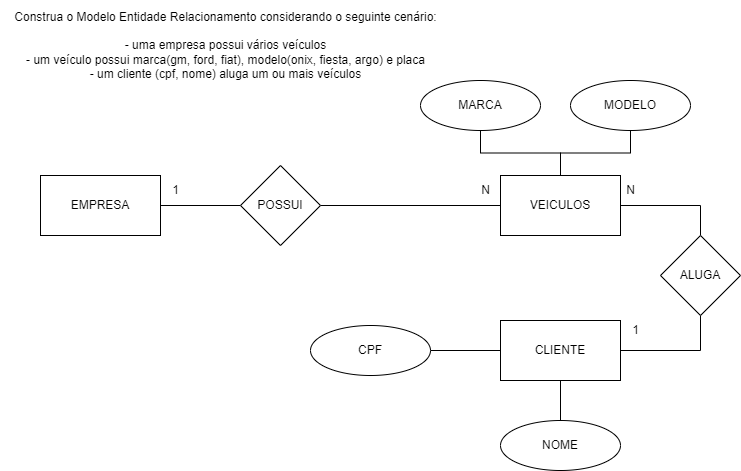
Earlier version of the draw.io export sprint-1/ex_MER/ex_1.2.png (guihenrique16/semestre_2). Source tidied: cells renumbered, new cells last; positions are measured from the earlier drawing's top-left corner, leaving out a move shared by most shapes. Its diagram source:
```xml
<mxGraphModel>
  <root>
    <mxCell id="0" />
    <mxCell id="1" parent="0" />
    <mxCell id="2" value="&lt;div&gt;Construa o Modelo Entidade Relacionamento considerando o seguinte cenário:&lt;/div&gt;&lt;div&gt;&lt;br&gt;&lt;/div&gt;&lt;div&gt;- uma empresa possui vários veículos&lt;/div&gt;&lt;div&gt;- um veículo possui marca(gm, ford, fiat), modelo(onix, fiesta, argo) e placa&lt;/div&gt;&lt;div&gt;- um cliente (cpf, nome) aluga um ou mais veículos&lt;/div&gt;" style="text;html=1;align=center;verticalAlign=middle;strokeColor=none;fillColor=none;" parent="1" vertex="1">
      <mxGeometry width="450" height="90" as="geometry" />
    </mxCell>
    <mxCell id="3" style="edgeStyle=orthogonalEdgeStyle;rounded=0;jettySize=auto;html=1;endArrow=none;endFill=0;" parent="1" edge="1" source="4" target="10">
      <mxGeometry relative="1" as="geometry" />
    </mxCell>
    <mxCell id="4" value="EMPRESA" style="rounded=0;whiteSpace=wrap;html=1;" parent="1" vertex="1">
      <mxGeometry x="40" y="175" width="120" height="60" as="geometry" />
    </mxCell>
    <mxCell id="5" style="edgeStyle=orthogonalEdgeStyle;rounded=0;jettySize=auto;html=1;endArrow=none;endFill=0;entryX=0.5;entryY=0;entryDx=0;entryDy=0;" parent="1" edge="1" source="8" target="12">
      <mxGeometry relative="1" as="geometry" />
    </mxCell>
    <mxCell id="6" style="edgeStyle=orthogonalEdgeStyle;rounded=0;jettySize=auto;html=1;endArrow=none;endFill=0;" parent="1" edge="1" source="8" target="22">
      <mxGeometry relative="1" as="geometry" />
    </mxCell>
    <mxCell id="7" style="edgeStyle=orthogonalEdgeStyle;rounded=0;jettySize=auto;html=1;endArrow=none;endFill=0;" parent="1" edge="1" source="8" target="23">
      <mxGeometry relative="1" as="geometry" />
    </mxCell>
    <mxCell id="8" value="VEICULOS" style="rounded=0;whiteSpace=wrap;html=1;" parent="1" vertex="1">
      <mxGeometry x="500" y="175" width="120" height="60" as="geometry" />
    </mxCell>
    <mxCell id="9" style="edgeStyle=orthogonalEdgeStyle;rounded=0;jettySize=auto;html=1;endArrow=none;endFill=0;" parent="1" edge="1" source="10" target="8">
      <mxGeometry relative="1" as="geometry" />
    </mxCell>
    <mxCell id="10" value="POSSUI" style="rhombus;whiteSpace=wrap;html=1;rounded=0;" parent="1" vertex="1">
      <mxGeometry x="240" y="165" width="80" height="80" as="geometry" />
    </mxCell>
    <mxCell id="11" style="edgeStyle=orthogonalEdgeStyle;rounded=0;jettySize=auto;html=1;endArrow=none;endFill=0;exitX=0.5;exitY=1;exitDx=0;exitDy=0;entryX=1;entryY=0.5;entryDx=0;entryDy=0;" parent="1" edge="1" source="12" target="15">
      <mxGeometry relative="1" as="geometry" />
    </mxCell>
    <mxCell id="12" value="ALUGA" style="rhombus;whiteSpace=wrap;html=1;rounded=0;" parent="1" vertex="1">
      <mxGeometry x="660" y="235" width="80" height="80" as="geometry" />
    </mxCell>
    <mxCell id="13" style="edgeStyle=orthogonalEdgeStyle;rounded=0;jettySize=auto;html=1;endArrow=none;endFill=0;" parent="1" edge="1" source="15" target="21">
      <mxGeometry relative="1" as="geometry" />
    </mxCell>
    <mxCell id="14" style="edgeStyle=orthogonalEdgeStyle;rounded=0;jettySize=auto;html=1;endArrow=none;endFill=0;" parent="1" edge="1" source="15" target="20">
      <mxGeometry relative="1" as="geometry" />
    </mxCell>
    <mxCell id="15" value="CLIENTE" style="whiteSpace=wrap;html=1;rounded=0;" parent="1" vertex="1">
      <mxGeometry x="500" y="320" width="120" height="60" as="geometry" />
    </mxCell>
    <mxCell id="16" value="1" style="text;html=1;align=center;verticalAlign=middle;strokeColor=none;fillColor=none;" parent="1" vertex="1">
      <mxGeometry x="620" y="315" width="30" height="30" as="geometry" />
    </mxCell>
    <mxCell id="17" value="N" style="text;html=1;align=center;verticalAlign=middle;strokeColor=none;fillColor=none;" parent="1" vertex="1">
      <mxGeometry x="615" y="175" width="30" height="30" as="geometry" />
    </mxCell>
    <mxCell id="18" value="1" style="text;html=1;align=center;verticalAlign=middle;strokeColor=none;fillColor=none;" parent="1" vertex="1">
      <mxGeometry x="160" y="175" width="30" height="30" as="geometry" />
    </mxCell>
    <mxCell id="19" value="N" style="text;html=1;align=center;verticalAlign=middle;strokeColor=none;fillColor=none;" parent="1" vertex="1">
      <mxGeometry x="470" y="175" width="30" height="30" as="geometry" />
    </mxCell>
    <mxCell id="20" value="CPF" style="ellipse;whiteSpace=wrap;html=1;" parent="1" vertex="1">
      <mxGeometry x="310" y="325" width="120" height="50" as="geometry" />
    </mxCell>
    <mxCell id="21" value="NOME" style="ellipse;whiteSpace=wrap;html=1;" parent="1" vertex="1">
      <mxGeometry x="500" y="420" width="120" height="50" as="geometry" />
    </mxCell>
    <mxCell id="22" value="MARCA" style="ellipse;whiteSpace=wrap;html=1;" parent="1" vertex="1">
      <mxGeometry x="420" y="80" width="120" height="50" as="geometry" />
    </mxCell>
    <mxCell id="23" value="MODELO" style="ellipse;whiteSpace=wrap;html=1;" parent="1" vertex="1">
      <mxGeometry x="570" y="80" width="120" height="50" as="geometry" />
    </mxCell>
  </root>
</mxGraphModel>
```
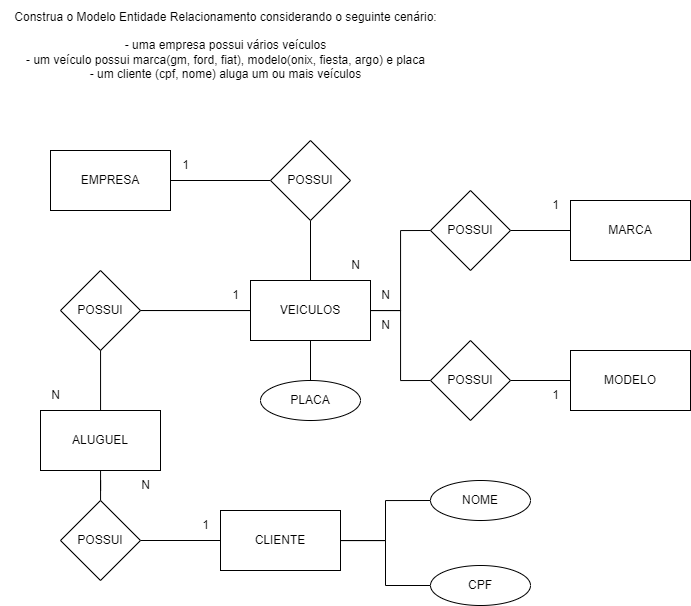
Later version of the same file.

Diff of the diagram source:
```diff
@@ -2,71 +2,119 @@
   <root>
     <mxCell id="0" />
     <mxCell id="1" parent="0" />
+    <mxCell id="24" style="edgeStyle=orthogonalEdgeStyle;rounded=0;jettySize=auto;html=1;endArrow=none;endFill=0;" parent="1" edge="1" source="4" target="26">
+      <mxGeometry relative="1" as="geometry" />
+    </mxCell>
+    <mxCell id="4" value="EMPRESA" style="rounded=0;whiteSpace=wrap;html=1;" parent="1" vertex="1">
+      <mxGeometry x="60" y="170" width="120" height="60" as="geometry" />
+    </mxCell>
     <mxCell id="2" value="&lt;div&gt;Construa o Modelo Entidade Relacionamento considerando o seguinte cenário:&lt;/div&gt;&lt;div&gt;&lt;br&gt;&lt;/div&gt;&lt;div&gt;- uma empresa possui vários veículos&lt;/div&gt;&lt;div&gt;- um veículo possui marca(gm, ford, fiat), modelo(onix, fiesta, argo) e placa&lt;/div&gt;&lt;div&gt;- um cliente (cpf, nome) aluga um ou mais veículos&lt;/div&gt;" style="text;html=1;align=center;verticalAlign=middle;strokeColor=none;fillColor=none;" parent="1" vertex="1">
-      <mxGeometry width="450" height="90" as="geometry" />
+      <mxGeometry x="10" y="20" width="450" height="90" as="geometry" />
     </mxCell>
-    <mxCell id="3" style="edgeStyle=orthogonalEdgeStyle;rounded=0;jettySize=auto;html=1;endArrow=none;endFill=0;" parent="1" edge="1" source="4" target="10">
-      <mxGeometry relative="1" as="geometry" />
-    </mxCell>
-    <mxCell id="4" value="EMPRESA" style="rounded=0;whiteSpace=wrap;html=1;" parent="1" vertex="1">
-      <mxGeometry x="40" y="175" width="120" height="60" as="geometry" />
-    </mxCell>
-    <mxCell id="5" style="edgeStyle=orthogonalEdgeStyle;rounded=0;jettySize=auto;html=1;endArrow=none;endFill=0;entryX=0.5;entryY=0;entryDx=0;entryDy=0;" parent="1" edge="1" source="8" target="12">
-      <mxGeometry relative="1" as="geometry" />
-    </mxCell>
-    <mxCell id="6" style="edgeStyle=orthogonalEdgeStyle;rounded=0;jettySize=auto;html=1;endArrow=none;endFill=0;" parent="1" edge="1" source="8" target="22">
-      <mxGeometry relative="1" as="geometry" />
-    </mxCell>
-    <mxCell id="7" style="edgeStyle=orthogonalEdgeStyle;rounded=0;jettySize=auto;html=1;endArrow=none;endFill=0;" parent="1" edge="1" source="8" target="23">
-      <mxGeometry relative="1" as="geometry" />
-    </mxCell>
+    <mxCell id="25" style="edgeStyle=orthogonalEdgeStyle;rounded=0;jettySize=auto;html=1;endArrow=none;endFill=0;" parent="1" edge="1" source="26" target="8">
+      <mxGeometry relative="1" as="geometry" />
+    </mxCell>
+    <mxCell id="26" value="POSSUI" style="rhombus;whiteSpace=wrap;html=1;rounded=0;" parent="1" vertex="1">
+      <mxGeometry x="280" y="160" width="80" height="80" as="geometry" />
+    </mxCell>
+    <mxCell id="27" style="edgeStyle=orthogonalEdgeStyle;rounded=0;jettySize=auto;html=1;endArrow=none;endFill=0;" parent="1" edge="1" source="8" target="34">
+      <mxGeometry relative="1" as="geometry" />
+    </mxCell>
+    <mxCell id="28" style="edgeStyle=orthogonalEdgeStyle;rounded=0;jettySize=auto;html=1;endArrow=none;endFill=0;" parent="1" edge="1" source="8" target="36">
+      <mxGeometry relative="1" as="geometry" />
+    </mxCell>
+    <mxCell id="29" style="edgeStyle=orthogonalEdgeStyle;rounded=0;jettySize=auto;html=1;endArrow=none;endFill=0;" parent="1" edge="1" source="8" target="37">
+      <mxGeometry relative="1" as="geometry" />
+    </mxCell>
+    <mxCell id="30" style="edgeStyle=orthogonalEdgeStyle;rounded=0;jettySize=auto;html=1;entryX=0;entryY=0.5;entryDx=0;entryDy=0;endArrow=none;endFill=0;" parent="1" edge="1" source="8" target="33">
+      <mxGeometry relative="1" as="geometry" />
+    </mxCell>
+    <mxCell id="31" style="edgeStyle=orthogonalEdgeStyle;rounded=0;jettySize=auto;html=1;entryX=0;entryY=0.5;entryDx=0;entryDy=0;endArrow=none;endFill=0;" parent="1" edge="1" source="8" target="50">
+      <mxGeometry relative="1" as="geometry" />
+    </mxCell>
-    <mxCell id="8" value="VEICULOS" style="rounded=0;whiteSpace=wrap;html=1;" parent="1" vertex="1">
-      <mxGeometry x="500" y="175" width="120" height="60" as="geometry" />
+    <mxCell id="8" value="VEICULOS" style="whiteSpace=wrap;html=1;rounded=0;" parent="1" vertex="1">
+      <mxGeometry x="260" y="300" width="120" height="60" as="geometry" />
     </mxCell>
-    <mxCell id="9" style="edgeStyle=orthogonalEdgeStyle;rounded=0;jettySize=auto;html=1;endArrow=none;endFill=0;" parent="1" edge="1" source="10" target="8">
-      <mxGeometry relative="1" as="geometry" />
-    </mxCell>
-    <mxCell id="10" value="POSSUI" style="rhombus;whiteSpace=wrap;html=1;rounded=0;" parent="1" vertex="1">
-      <mxGeometry x="240" y="165" width="80" height="80" as="geometry" />
-    </mxCell>
-    <mxCell id="11" style="edgeStyle=orthogonalEdgeStyle;rounded=0;jettySize=auto;html=1;endArrow=none;endFill=0;exitX=0.5;exitY=1;exitDx=0;exitDy=0;entryX=1;entryY=0.5;entryDx=0;entryDy=0;" parent="1" edge="1" source="12" target="15">
-      <mxGeometry relative="1" as="geometry" />
-    </mxCell>
-    <mxCell id="12" value="ALUGA" style="rhombus;whiteSpace=wrap;html=1;rounded=0;" parent="1" vertex="1">
-      <mxGeometry x="660" y="235" width="80" height="80" as="geometry" />
-    </mxCell>
+    <mxCell id="32" style="edgeStyle=orthogonalEdgeStyle;rounded=0;jettySize=auto;html=1;entryX=0;entryY=0.5;entryDx=0;entryDy=0;endArrow=none;endFill=0;" parent="1" edge="1" source="33" target="22">
+      <mxGeometry relative="1" as="geometry" />
+    </mxCell>
+    <mxCell id="33" value="POSSUI" style="rhombus;whiteSpace=wrap;html=1;rounded=0;" parent="1" vertex="1">
+      <mxGeometry x="440" y="210" width="80" height="80" as="geometry" />
+    </mxCell>
+    <mxCell id="22" value="MARCA" style="whiteSpace=wrap;html=1;rounded=0;" parent="1" vertex="1">
+      <mxGeometry x="580" y="220" width="120" height="60" as="geometry" />
+    </mxCell>
+    <mxCell id="23" value="MODELO" style="whiteSpace=wrap;html=1;rounded=0;" parent="1" vertex="1">
+      <mxGeometry x="580" y="370" width="120" height="60" as="geometry" />
+    </mxCell>
+    <mxCell id="34" value="PLACA" style="ellipse;whiteSpace=wrap;html=1;rounded=0;" parent="1" vertex="1">
+      <mxGeometry x="270" y="400" width="100" height="40" as="geometry" />
+    </mxCell>
-    <mxCell id="13" style="edgeStyle=orthogonalEdgeStyle;rounded=0;jettySize=auto;html=1;endArrow=none;endFill=0;" parent="1" edge="1" source="15" target="21">
+    <mxCell id="13" style="edgeStyle=orthogonalEdgeStyle;rounded=0;jettySize=auto;html=1;entryX=0;entryY=0.5;entryDx=0;entryDy=0;endArrow=none;endFill=0;" parent="1" edge="1" source="15" target="21">
       <mxGeometry relative="1" as="geometry" />
     </mxCell>
-    <mxCell id="14" style="edgeStyle=orthogonalEdgeStyle;rounded=0;jettySize=auto;html=1;endArrow=none;endFill=0;" parent="1" edge="1" source="15" target="20">
+    <mxCell id="14" style="edgeStyle=orthogonalEdgeStyle;rounded=0;jettySize=auto;html=1;entryX=0;entryY=0.5;entryDx=0;entryDy=0;endArrow=none;endFill=0;" parent="1" edge="1" source="15" target="20">
       <mxGeometry relative="1" as="geometry" />
     </mxCell>
-    <mxCell id="15" value="CLIENTE" style="whiteSpace=wrap;html=1;rounded=0;" parent="1" vertex="1">
-      <mxGeometry x="500" y="320" width="120" height="60" as="geometry" />
+    <mxCell id="15" value="CLIENTE" style="rounded=0;whiteSpace=wrap;html=1;" parent="1" vertex="1">
+      <mxGeometry x="230" y="530" width="120" height="60" as="geometry" />
     </mxCell>
-    <mxCell id="16" value="1" style="text;html=1;align=center;verticalAlign=middle;strokeColor=none;fillColor=none;" parent="1" vertex="1">
-      <mxGeometry x="620" y="315" width="30" height="30" as="geometry" />
-    </mxCell>
-    <mxCell id="17" value="N" style="text;html=1;align=center;verticalAlign=middle;strokeColor=none;fillColor=none;" parent="1" vertex="1">
-      <mxGeometry x="615" y="175" width="30" height="30" as="geometry" />
-    </mxCell>
-    <mxCell id="18" value="1" style="text;html=1;align=center;verticalAlign=middle;strokeColor=none;fillColor=none;" parent="1" vertex="1">
-      <mxGeometry x="160" y="175" width="30" height="30" as="geometry" />
-    </mxCell>
-    <mxCell id="19" value="N" style="text;html=1;align=center;verticalAlign=middle;strokeColor=none;fillColor=none;" parent="1" vertex="1">
-      <mxGeometry x="470" y="175" width="30" height="30" as="geometry" />
-    </mxCell>
+    <mxCell id="21" value="NOME" style="ellipse;whiteSpace=wrap;html=1;rounded=0;" parent="1" vertex="1">
+      <mxGeometry x="440" y="500" width="100" height="40" as="geometry" />
+    </mxCell>
-    <mxCell id="20" value="CPF" style="ellipse;whiteSpace=wrap;html=1;" parent="1" vertex="1">
-      <mxGeometry x="310" y="325" width="120" height="50" as="geometry" />
+    <mxCell id="20" value="CPF" style="ellipse;whiteSpace=wrap;html=1;rounded=0;" parent="1" vertex="1">
+      <mxGeometry x="440" y="585" width="100" height="40" as="geometry" />
     </mxCell>
-    <mxCell id="21" value="NOME" style="ellipse;whiteSpace=wrap;html=1;" parent="1" vertex="1">
-      <mxGeometry x="500" y="420" width="120" height="50" as="geometry" />
-    </mxCell>
-    <mxCell id="22" value="MARCA" style="ellipse;whiteSpace=wrap;html=1;" parent="1" vertex="1">
-      <mxGeometry x="420" y="80" width="120" height="50" as="geometry" />
-    </mxCell>
-    <mxCell id="23" value="MODELO" style="ellipse;whiteSpace=wrap;html=1;" parent="1" vertex="1">
-      <mxGeometry x="570" y="80" width="120" height="50" as="geometry" />
-    </mxCell>
+    <mxCell id="35" style="edgeStyle=orthogonalEdgeStyle;rounded=0;jettySize=auto;html=1;endArrow=none;endFill=0;" parent="1" edge="1" source="36" target="39">
+      <mxGeometry relative="1" as="geometry" />
+    </mxCell>
+    <mxCell id="36" value="ALUGUEL" style="rounded=0;whiteSpace=wrap;html=1;" parent="1" vertex="1">
+      <mxGeometry x="50" y="430" width="120" height="60" as="geometry" />
+    </mxCell>
+    <mxCell id="37" value="POSSUI" style="rhombus;whiteSpace=wrap;html=1;rounded=0;" parent="1" vertex="1">
+      <mxGeometry x="70" y="290" width="80" height="80" as="geometry" />
+    </mxCell>
+    <mxCell id="38" style="edgeStyle=orthogonalEdgeStyle;rounded=0;jettySize=auto;html=1;endArrow=none;endFill=0;" parent="1" edge="1" source="39" target="15">
+      <mxGeometry relative="1" as="geometry" />
+    </mxCell>
+    <mxCell id="39" value="POSSUI" style="rhombus;whiteSpace=wrap;html=1;rounded=0;" parent="1" vertex="1">
+      <mxGeometry x="70" y="520" width="80" height="80" as="geometry" />
+    </mxCell>
+    <mxCell id="40" value="1" style="text;html=1;align=center;verticalAlign=middle;strokeColor=none;fillColor=none;" parent="1" vertex="1">
+      <mxGeometry x="550" y="400" width="30" height="30" as="geometry" />
+    </mxCell>
+    <mxCell id="41" value="N" style="text;html=1;align=center;verticalAlign=middle;strokeColor=none;fillColor=none;" parent="1" vertex="1">
+      <mxGeometry x="350" y="270" width="30" height="30" as="geometry" />
+    </mxCell>
+    <mxCell id="42" value="N" style="text;html=1;align=center;verticalAlign=middle;strokeColor=none;fillColor=none;" parent="1" vertex="1">
+      <mxGeometry x="140" y="490" width="30" height="30" as="geometry" />
+    </mxCell>
+    <mxCell id="43" value="N" style="text;html=1;align=center;verticalAlign=middle;strokeColor=none;fillColor=none;" parent="1" vertex="1">
+      <mxGeometry x="380" y="330" width="30" height="30" as="geometry" />
+    </mxCell>
+    <mxCell id="44" value="1" style="text;html=1;align=center;verticalAlign=middle;strokeColor=none;fillColor=none;" parent="1" vertex="1">
+      <mxGeometry x="550" y="210" width="30" height="30" as="geometry" />
+    </mxCell>
+    <mxCell id="45" value="1" style="text;html=1;align=center;verticalAlign=middle;strokeColor=none;fillColor=none;" parent="1" vertex="1">
+      <mxGeometry x="180" y="170" width="30" height="30" as="geometry" />
+    </mxCell>
+    <mxCell id="46" value="1" style="text;html=1;align=center;verticalAlign=middle;strokeColor=none;fillColor=none;" parent="1" vertex="1">
+      <mxGeometry x="230" y="300" width="30" height="30" as="geometry" />
+    </mxCell>
+    <mxCell id="47" value="1" style="text;html=1;align=center;verticalAlign=middle;strokeColor=none;fillColor=none;" parent="1" vertex="1">
+      <mxGeometry x="200" y="530" width="30" height="30" as="geometry" />
+    </mxCell>
+    <mxCell id="48" value="N" style="text;html=1;align=center;verticalAlign=middle;strokeColor=none;fillColor=none;" parent="1" vertex="1">
+      <mxGeometry x="50" y="400" width="30" height="30" as="geometry" />
+    </mxCell>
+    <mxCell id="49" style="edgeStyle=orthogonalEdgeStyle;rounded=0;jettySize=auto;html=1;entryX=0;entryY=0.5;entryDx=0;entryDy=0;endArrow=none;endFill=0;" parent="1" edge="1" source="50" target="23">
+      <mxGeometry relative="1" as="geometry" />
+    </mxCell>
+    <mxCell id="50" value="POSSUI" style="rhombus;whiteSpace=wrap;html=1;" parent="1" vertex="1">
+      <mxGeometry x="440" y="360" width="80" height="80" as="geometry" />
+    </mxCell>
+    <mxCell id="51" value="N" style="text;html=1;align=center;verticalAlign=middle;strokeColor=none;fillColor=none;" parent="1" vertex="1">
+      <mxGeometry x="380" y="300" width="30" height="30" as="geometry" />
+    </mxCell>
   </root>
 </mxGraphModel>
```
